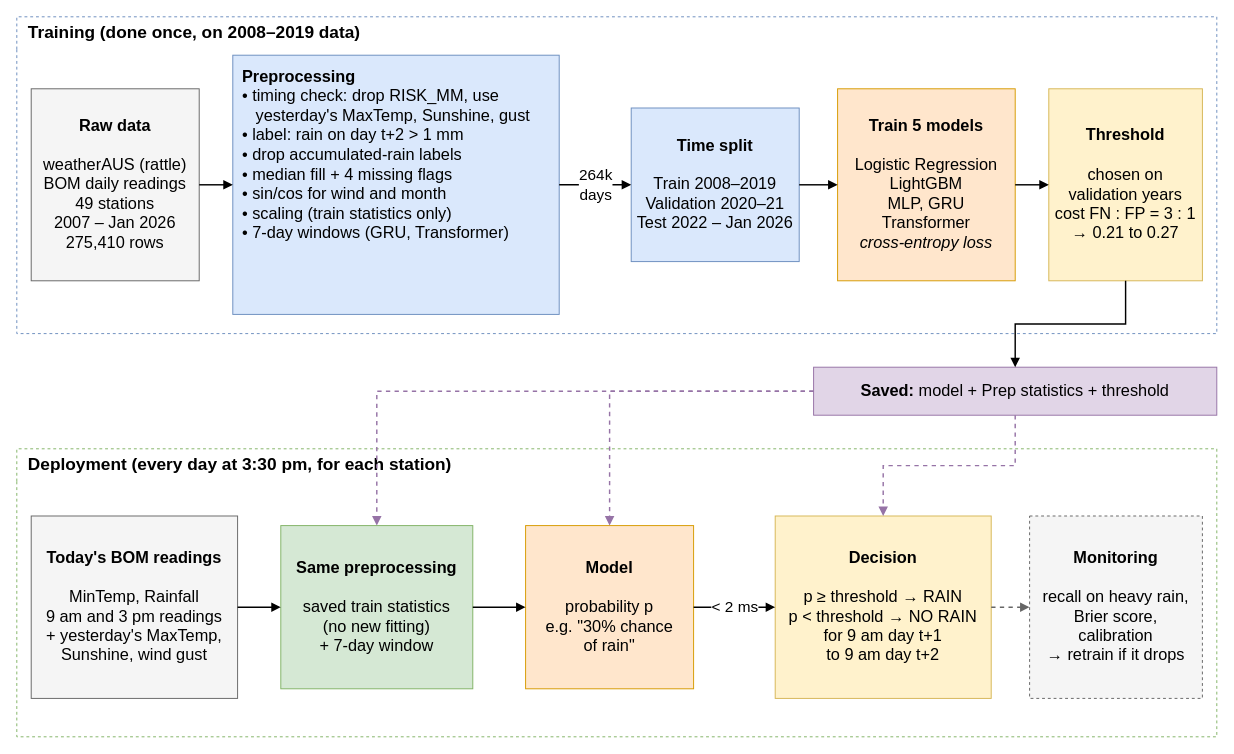
Above: figures/diagrams/drawio/fig_system_overview.drawio in nndang27/rain-forecast-au (draw.io), before the change. Source tidied: cells renumbered, new cells numbered last; positions are measured from the earlier drawing's top-left corner, leaving out a move shared by most shapes. Both pictures are drawn from the tidied source at 96%, with x=0, y=0 at pixel (16, 16).
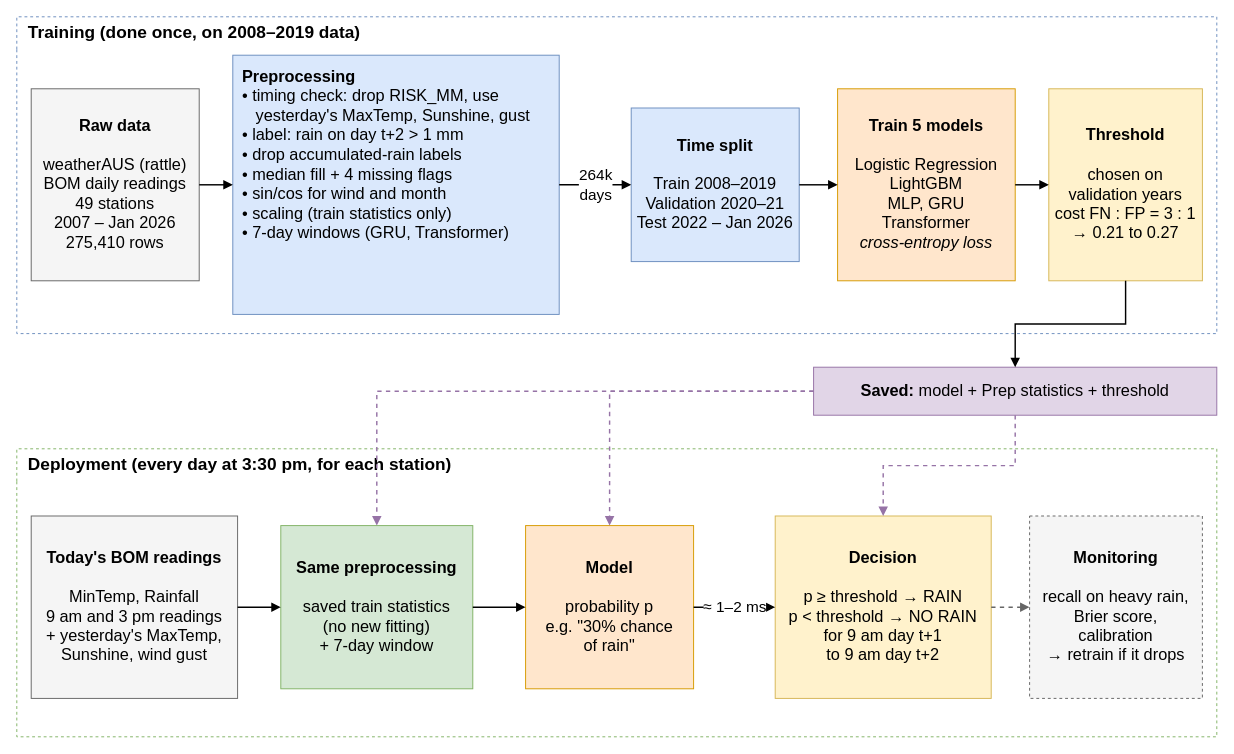
The same diagram, later.

Commit message (it also covers changes not shown here):
Update latency label in system diagram

The change refers to these unchanged cells:
```xml
<mxCell id="14" value="Deployment (every day at 3:30 pm, for each station)" style="swimlane;html=1;startSize=34;rounded=0;dashed=1;fontSize=18;fontStyle=1;align=left;spacingLeft=10;swimlaneLine=0;fillColor=none;swimlaneFillColor=none;strokeColor=#82b366;fontColor=#000000;" parent="1" vertex="1">
  <mxGeometry y="450" width="1250" height="300" as="geometry" />
</mxCell>
<mxCell id="17" value="&lt;b&gt;Model&lt;/b&gt;&lt;br&gt;&lt;br&gt;probability p&lt;br&gt;e.g. &quot;30% chance&lt;br&gt;of rain&quot;" style="rounded=0;whiteSpace=wrap;html=1;fontSize=17;fontColor=#000000;fillColor=#ffe6cc;strokeColor=#d79b00;" parent="14" vertex="1">
  <mxGeometry x="530" y="80" width="175" height="170" as="geometry" />
</mxCell>
<mxCell id="18" value="&lt;b&gt;Decision&lt;/b&gt;&lt;br&gt;&lt;br&gt;p ≥ threshold → RAIN&lt;br&gt;p &amp;lt; threshold → NO RAIN&lt;br&gt;for 9 am day t+1&lt;br&gt;to 9 am day t+2" style="rounded=0;whiteSpace=wrap;html=1;fontSize=17;fontColor=#000000;fillColor=#fff2cc;strokeColor=#d6b656;" parent="14" vertex="1">
  <mxGeometry x="790" y="70" width="225" height="190" as="geometry" />
</mxCell>
```

Change to the diagram source:
```diff
@@
-    <mxCell id="22" value="&amp;lt; 2 ms" style="edgeStyle=orthogonalEdgeStyle;rounded=0;html=1;fontColor=#000000;endArrow=block;endFill=1;strokeWidth=1.5;fontSize=16;labelBackgroundColor=#ffffff;" parent="14" edge="1" source="17" target="18">
+    <mxCell id="22" value="≈ 1–2 ms" style="edgeStyle=orthogonalEdgeStyle;rounded=0;html=1;fontColor=#000000;endArrow=block;endFill=1;strokeWidth=1.5;fontSize=16;labelBackgroundColor=#ffffff;" parent="14" edge="1" source="17" target="18">
       <mxGeometry relative="1" as="geometry" />
     </mxCell>
```
